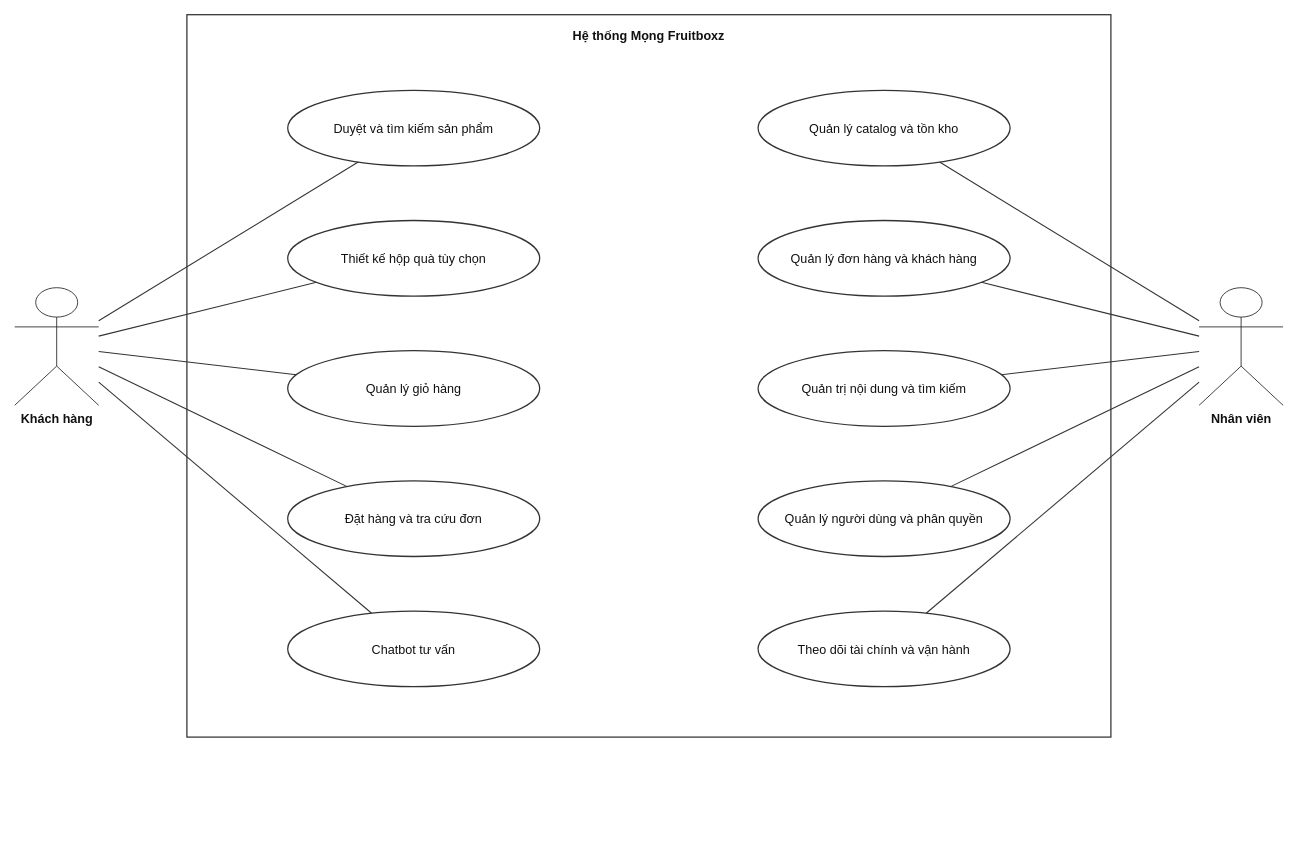
Before: page "use-case" (1 of 11) of docs/report/diagrams/mong-fruitboxz-all-diagrams.drawio in pathust/mong.fruitboxz, a draw.io diagram. Source tidied: cells renumbered, new cells numbered last; positions are measured from the earlier drawing's top-left corner, leaving out a move shared by most shapes. Both pictures are drawn from the tidied source at 84%, with x=0, y=0 at pixel (14, 14).
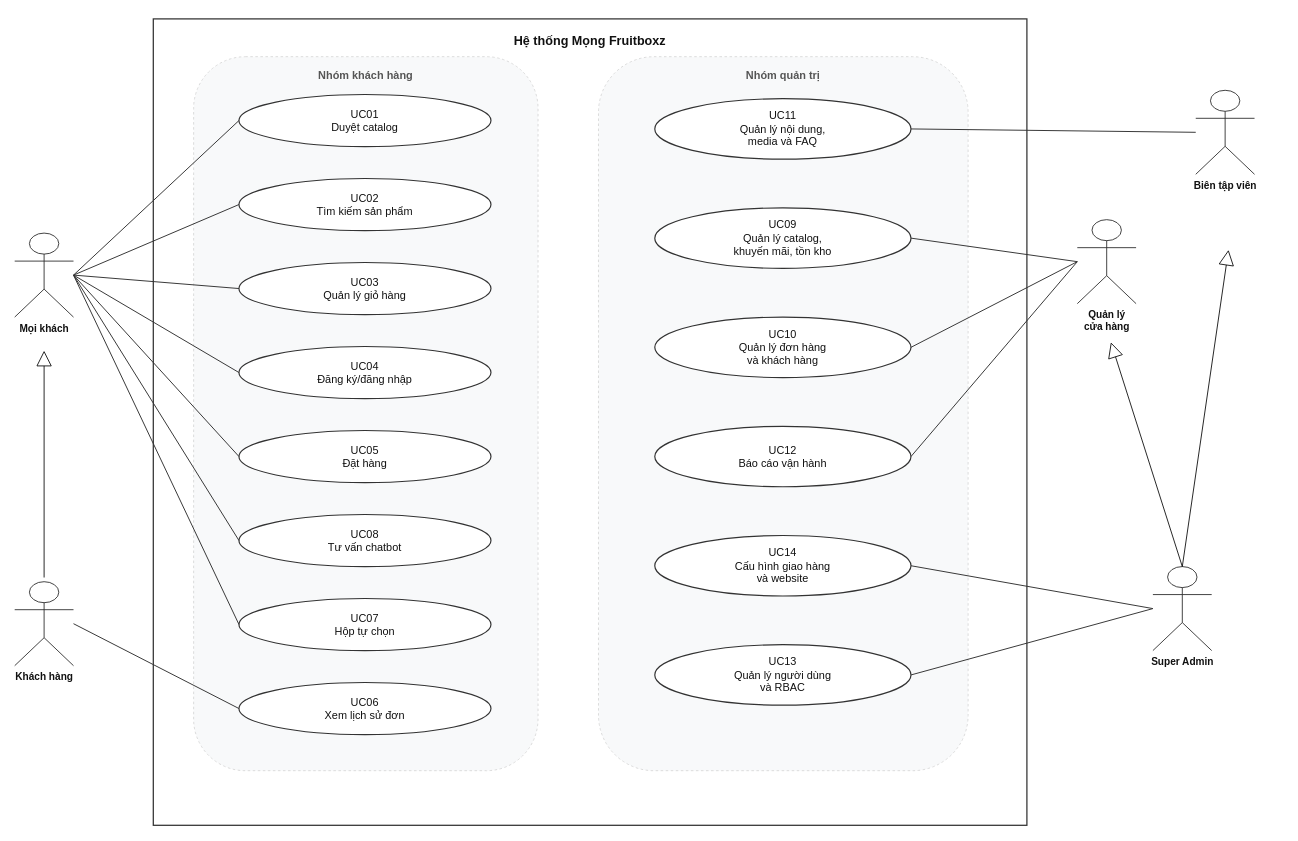
Above is the later version.

Diff of the diagram source:
```diff
@@
     <mxCell id="2" value="Hệ thống Mọng Fruitboxz" style="rounded=0;whiteSpace=wrap;html=1;verticalAlign=top;align=center;spacingTop=10;fillColor=#FFFFFF;strokeColor=#333333;strokeWidth=1.5;fontStyle=1;fontFamily=Arial;fontSize=15;fontColor=#111111;" parent="1" vertex="1">
-      <mxGeometry x="205" width="1100" height="860" as="geometry" />
+      <mxGeometry x="165" y="5" width="1040" height="960" as="geometry" />
     </mxCell>
+    <mxCell id="25" value="Nhóm khách hàng" style="rounded=1;whiteSpace=wrap;html=1;fillColor=#F8F9FA;strokeColor=#D6D6D6;dashed=1;fontFamily=Arial;fontSize=13;fontStyle=1;fontColor=#555555;verticalAlign=top;align=center;spacingTop=8;" parent="1" vertex="1">
+      <mxGeometry x="213" y="50" width="410" height="850" as="geometry" />
+    </mxCell>
+    <mxCell id="26" value="Nhóm quản trị" style="rounded=1;whiteSpace=wrap;html=1;fillColor=#F8F9FA;strokeColor=#D6D6D6;dashed=1;fontFamily=Arial;fontSize=13;fontStyle=1;fontColor=#555555;verticalAlign=top;align=center;spacingTop=8;" parent="1" vertex="1">
+      <mxGeometry x="695" y="50" width="440" height="850" as="geometry" />
+    </mxCell>
+    <mxCell id="27" value="Mọi khách" style="shape=umlActor;verticalLabelPosition=bottom;verticalAlign=top;html=1;strokeColor=#222222;fillColor=#FFFFFF;fontStyle=1;fontFamily=Arial;fontSize=12;fontColor=#111111;" parent="1" vertex="1">
+      <mxGeometry y="260" width="70" height="100" as="geometry" />
+    </mxCell>
-    <mxCell id="3" value="Khách hàng" style="shape=umlActor;verticalLabelPosition=bottom;verticalAlign=top;html=1;strokeColor=#222222;fillColor=#FFFFFF;fontStyle=1;fontFamily=Arial;fontSize=15;fontColor=#111111;" parent="1" vertex="1">
-      <mxGeometry y="325" width="100" height="140" as="geometry" />
+    <mxCell id="3" value="Khách hàng" style="shape=umlActor;verticalLabelPosition=bottom;verticalAlign=top;html=1;strokeColor=#222222;fillColor=#FFFFFF;fontStyle=1;fontFamily=Arial;fontSize=12;fontColor=#111111;" parent="1" vertex="1">
+      <mxGeometry y="675" width="70" height="100" as="geometry" />
     </mxCell>
-    <mxCell id="4" value="Nhân viên" style="shape=umlActor;verticalLabelPosition=bottom;verticalAlign=top;html=1;strokeColor=#222222;fillColor=#FFFFFF;fontStyle=1;fontFamily=Arial;fontSize=15;fontColor=#111111;" parent="1" vertex="1">
-      <mxGeometry x="1410" y="325" width="100" height="140" as="geometry" />
-    </mxCell>
+    <mxCell id="28" value="Biên tập viên" style="shape=umlActor;verticalLabelPosition=bottom;verticalAlign=top;html=1;strokeColor=#222222;fillColor=#FFFFFF;fontStyle=1;fontFamily=Arial;fontSize=12;fontColor=#111111;" parent="1" vertex="1">
+      <mxGeometry x="1406" y="90" width="70" height="100" as="geometry" />
+    </mxCell>
+    <mxCell id="29" value="Quản lý&#10;cửa hàng" style="shape=umlActor;verticalLabelPosition=bottom;verticalAlign=top;html=1;strokeColor=#222222;fillColor=#FFFFFF;fontStyle=1;fontFamily=Arial;fontSize=12;fontColor=#111111;" parent="1" vertex="1">
+      <mxGeometry x="1265" y="244" width="70" height="100" as="geometry" />
+    </mxCell>
+    <mxCell id="30" value="Super Admin" style="shape=umlActor;verticalLabelPosition=bottom;verticalAlign=top;html=1;strokeColor=#222222;fillColor=#FFFFFF;fontStyle=1;fontFamily=Arial;fontSize=12;fontColor=#111111;" parent="1" vertex="1">
+      <mxGeometry x="1355" y="657" width="70" height="100" as="geometry" />
+    </mxCell>
-    <mxCell id="5" value="Duyệt và tìm kiếm sản phẩm" style="ellipse;whiteSpace=wrap;html=1;fillColor=#FFFFFF;strokeColor=#333333;strokeWidth=1.5;fontFamily=Arial;fontSize=15;fontColor=#111111;" parent="1" vertex="1">
-      <mxGeometry x="325" y="90" width="300" height="90" as="geometry" />
+    <mxCell id="5" value="UC01&#10;Duyệt catalog" style="ellipse;whiteSpace=wrap;html=1;fillColor=#FFFFFF;strokeColor=#333333;strokeWidth=1.4;fontFamily=Arial;fontSize=13;fontColor=#111111;" parent="1" vertex="1">
+      <mxGeometry x="267" y="95" width="300" height="62" as="geometry" />
     </mxCell>
-    <mxCell id="6" value="Thiết kế hộp quà tùy chọn" style="ellipse;whiteSpace=wrap;html=1;fillColor=#FFFFFF;strokeColor=#333333;strokeWidth=1.5;fontFamily=Arial;fontSize=15;fontColor=#111111;" parent="1" vertex="1">
-      <mxGeometry x="325" y="245" width="300" height="90" as="geometry" />
+    <mxCell id="6" value="UC02&#10;Tìm kiếm sản phẩm" style="ellipse;whiteSpace=wrap;html=1;fillColor=#FFFFFF;strokeColor=#333333;strokeWidth=1.4;fontFamily=Arial;fontSize=13;fontColor=#111111;" parent="1" vertex="1">
+      <mxGeometry x="267" y="195" width="300" height="62" as="geometry" />
     </mxCell>
-    <mxCell id="7" value="Quản lý giỏ hàng" style="ellipse;whiteSpace=wrap;html=1;fillColor=#FFFFFF;strokeColor=#333333;strokeWidth=1.5;fontFamily=Arial;fontSize=15;fontColor=#111111;" parent="1" vertex="1">
-      <mxGeometry x="325" y="400" width="300" height="90" as="geometry" />
+    <mxCell id="7" value="UC03&#10;Quản lý giỏ hàng" style="ellipse;whiteSpace=wrap;html=1;fillColor=#FFFFFF;strokeColor=#333333;strokeWidth=1.4;fontFamily=Arial;fontSize=13;fontColor=#111111;" parent="1" vertex="1">
+      <mxGeometry x="267" y="295" width="300" height="62" as="geometry" />
     </mxCell>
-    <mxCell id="8" value="Đặt hàng và tra cứu đơn" style="ellipse;whiteSpace=wrap;html=1;fillColor=#FFFFFF;strokeColor=#333333;strokeWidth=1.5;fontFamily=Arial;fontSize=15;fontColor=#111111;" parent="1" vertex="1">
-      <mxGeometry x="325" y="555" width="300" height="90" as="geometry" />
+    <mxCell id="8" value="UC04&#10;Đăng ký/đăng nhập" style="ellipse;whiteSpace=wrap;html=1;fillColor=#FFFFFF;strokeColor=#333333;strokeWidth=1.4;fontFamily=Arial;fontSize=13;fontColor=#111111;" parent="1" vertex="1">
+      <mxGeometry x="267" y="395" width="300" height="62" as="geometry" />
     </mxCell>
-    <mxCell id="9" value="Chatbot tư vấn" style="ellipse;whiteSpace=wrap;html=1;fillColor=#FFFFFF;strokeColor=#333333;strokeWidth=1.5;fontFamily=Arial;fontSize=15;fontColor=#111111;" parent="1" vertex="1">
-      <mxGeometry x="325" y="710" width="300" height="90" as="geometry" />
+    <mxCell id="9" value="UC05&#10;Đặt hàng" style="ellipse;whiteSpace=wrap;html=1;fillColor=#FFFFFF;strokeColor=#333333;strokeWidth=1.4;fontFamily=Arial;fontSize=13;fontColor=#111111;" parent="1" vertex="1">
+      <mxGeometry x="267" y="495" width="300" height="62" as="geometry" />
     </mxCell>
-    <mxCell id="10" value="Quản lý catalog và tồn kho" style="ellipse;whiteSpace=wrap;html=1;fillColor=#FFFFFF;strokeColor=#333333;strokeWidth=1.5;fontFamily=Arial;fontSize=15;fontColor=#111111;" parent="1" vertex="1">
-      <mxGeometry x="885" y="90" width="300" height="90" as="geometry" />
+    <mxCell id="10" value="UC06&#10;Xem lịch sử đơn" style="ellipse;whiteSpace=wrap;html=1;fillColor=#FFFFFF;strokeColor=#333333;strokeWidth=1.4;fontFamily=Arial;fontSize=13;fontColor=#111111;" parent="1" vertex="1">
+      <mxGeometry x="267" y="795" width="300" height="62" as="geometry" />
     </mxCell>
-    <mxCell id="11" value="Quản lý đơn hàng và khách hàng" style="ellipse;whiteSpace=wrap;html=1;fillColor=#FFFFFF;strokeColor=#333333;strokeWidth=1.5;fontFamily=Arial;fontSize=15;fontColor=#111111;" parent="1" vertex="1">
-      <mxGeometry x="885" y="245" width="300" height="90" as="geometry" />
+    <mxCell id="11" value="UC07&#10;Hộp tự chọn" style="ellipse;whiteSpace=wrap;html=1;fillColor=#FFFFFF;strokeColor=#333333;strokeWidth=1.4;fontFamily=Arial;fontSize=13;fontColor=#111111;" parent="1" vertex="1">
+      <mxGeometry x="267" y="695" width="300" height="62" as="geometry" />
     </mxCell>
-    <mxCell id="12" value="Quản trị nội dung và tìm kiếm" style="ellipse;whiteSpace=wrap;html=1;fillColor=#FFFFFF;strokeColor=#333333;strokeWidth=1.5;fontFamily=Arial;fontSize=15;fontColor=#111111;" parent="1" vertex="1">
-      <mxGeometry x="885" y="400" width="300" height="90" as="geometry" />
+    <mxCell id="12" value="UC08&#10;Tư vấn chatbot" style="ellipse;whiteSpace=wrap;html=1;fillColor=#FFFFFF;strokeColor=#333333;strokeWidth=1.4;fontFamily=Arial;fontSize=13;fontColor=#111111;" parent="1" vertex="1">
+      <mxGeometry x="267" y="595" width="300" height="62" as="geometry" />
     </mxCell>
-    <mxCell id="13" value="Quản lý người dùng và phân quyền" style="ellipse;whiteSpace=wrap;html=1;fillColor=#FFFFFF;strokeColor=#333333;strokeWidth=1.5;fontFamily=Arial;fontSize=15;fontColor=#111111;" parent="1" vertex="1">
-      <mxGeometry x="885" y="555" width="300" height="90" as="geometry" />
+    <mxCell id="13" value="UC09&#10;Quản lý catalog,&#10;khuyến mãi, tồn kho" style="ellipse;whiteSpace=wrap;html=1;fillColor=#FFFFFF;strokeColor=#333333;strokeWidth=1.4;fontFamily=Arial;fontSize=13;fontColor=#111111;" parent="1" vertex="1">
+      <mxGeometry x="762" y="230" width="305" height="72" as="geometry" />
     </mxCell>
-    <mxCell id="14" value="Theo dõi tài chính và vận hành" style="ellipse;whiteSpace=wrap;html=1;fillColor=#FFFFFF;strokeColor=#333333;strokeWidth=1.5;fontFamily=Arial;fontSize=15;fontColor=#111111;" parent="1" vertex="1">
-      <mxGeometry x="885" y="710" width="300" height="90" as="geometry" />
+    <mxCell id="14" value="UC10&#10;Quản lý đơn hàng&#10;và khách hàng" style="ellipse;whiteSpace=wrap;html=1;fillColor=#FFFFFF;strokeColor=#333333;strokeWidth=1.4;fontFamily=Arial;fontSize=13;fontColor=#111111;" parent="1" vertex="1">
+      <mxGeometry x="762" y="360" width="305" height="72" as="geometry" />
     </mxCell>
+    <mxCell id="31" value="UC11&#10;Quản lý nội dung,&#10;media và FAQ" style="ellipse;whiteSpace=wrap;html=1;fillColor=#FFFFFF;strokeColor=#333333;strokeWidth=1.4;fontFamily=Arial;fontSize=13;fontColor=#111111;" parent="1" vertex="1">
+      <mxGeometry x="762" y="100" width="305" height="72" as="geometry" />
+    </mxCell>
+    <mxCell id="32" value="UC12&#10;Báo cáo vận hành" style="ellipse;whiteSpace=wrap;html=1;fillColor=#FFFFFF;strokeColor=#333333;strokeWidth=1.4;fontFamily=Arial;fontSize=13;fontColor=#111111;" parent="1" vertex="1">
+      <mxGeometry x="762" y="490" width="305" height="72" as="geometry" />
+    </mxCell>
+    <mxCell id="33" value="UC14&#10;Cấu hình giao hàng&#10;và website" style="ellipse;whiteSpace=wrap;html=1;fillColor=#FFFFFF;strokeColor=#333333;strokeWidth=1.4;fontFamily=Arial;fontSize=13;fontColor=#111111;" parent="1" vertex="1">
+      <mxGeometry x="762" y="620" width="305" height="72" as="geometry" />
+    </mxCell>
+    <mxCell id="34" value="UC13&#10;Quản lý người dùng&#10;và RBAC" style="ellipse;whiteSpace=wrap;html=1;fillColor=#FFFFFF;strokeColor=#333333;strokeWidth=1.4;fontFamily=Arial;fontSize=13;fontColor=#111111;" parent="1" vertex="1">
+      <mxGeometry x="762" y="750" width="305" height="72" as="geometry" />
+    </mxCell>
-    <mxCell id="15" style="edgeStyle=none;html=1;endArrow=none;strokeColor=#333333;strokeWidth=1.25;" parent="1" edge="1" source="3" target="5">
+    <mxCell id="15" style="edgeStyle=none;html=1;endArrow=none;strokeColor=#333333;strokeWidth=1.15;exitX=1;exitY=0.5;exitDx=0;exitDy=0;entryX=0;entryY=0.5;entryDx=0;entryDy=0;" parent="1" edge="1" source="27" target="5">
       <mxGeometry relative="1" as="geometry" />
     </mxCell>
-    <mxCell id="16" style="edgeStyle=none;html=1;endArrow=none;strokeColor=#333333;strokeWidth=1.25;" parent="1" edge="1" source="3" target="6">
+    <mxCell id="16" style="edgeStyle=none;html=1;endArrow=none;strokeColor=#333333;strokeWidth=1.15;exitX=1;exitY=0.5;exitDx=0;exitDy=0;entryX=0;entryY=0.5;entryDx=0;entryDy=0;" parent="1" edge="1" source="27" target="6">
       <mxGeometry relative="1" as="geometry" />
     </mxCell>
-    <mxCell id="17" style="edgeStyle=none;html=1;endArrow=none;strokeColor=#333333;strokeWidth=1.25;" parent="1" edge="1" source="3" target="7">
+    <mxCell id="17" style="edgeStyle=none;html=1;endArrow=none;strokeColor=#333333;strokeWidth=1.15;exitX=1;exitY=0.5;exitDx=0;exitDy=0;entryX=0;entryY=0.5;entryDx=0;entryDy=0;" parent="1" edge="1" source="27" target="7">
       <mxGeometry relative="1" as="geometry" />
     </mxCell>
-    <mxCell id="18" style="edgeStyle=none;html=1;endArrow=none;strokeColor=#333333;strokeWidth=1.25;" parent="1" edge="1" source="3" target="8">
+    <mxCell id="18" style="edgeStyle=none;html=1;endArrow=none;strokeColor=#333333;strokeWidth=1.15;exitX=1;exitY=0.5;exitDx=0;exitDy=0;entryX=0;entryY=0.5;entryDx=0;entryDy=0;" parent="1" edge="1" source="27" target="8">
       <mxGeometry relative="1" as="geometry" />
     </mxCell>
-    <mxCell id="19" style="edgeStyle=none;html=1;endArrow=none;strokeColor=#333333;strokeWidth=1.25;" parent="1" edge="1" source="3" target="9">
+    <mxCell id="19" style="edgeStyle=none;html=1;endArrow=none;strokeColor=#333333;strokeWidth=1.15;exitX=1;exitY=0.5;exitDx=0;exitDy=0;entryX=0;entryY=0.5;entryDx=0;entryDy=0;" parent="1" edge="1" source="27" target="9">
       <mxGeometry relative="1" as="geometry" />
     </mxCell>
-    <mxCell id="20" style="edgeStyle=none;html=1;endArrow=none;strokeColor=#333333;strokeWidth=1.25;" parent="1" edge="1" source="4" target="10">
-      <mxGeometry relative="1" as="geometry" />
-    </mxCell>
-    <mxCell id="21" style="edgeStyle=none;html=1;endArrow=none;strokeColor=#333333;strokeWidth=1.25;" parent="1" edge="1" source="4" target="11">
-      <mxGeometry relative="1" as="geometry" />
-    </mxCell>
-    <mxCell id="22" style="edgeStyle=none;html=1;endArrow=none;strokeColor=#333333;strokeWidth=1.25;" parent="1" edge="1" source="4" target="12">
-      <mxGeometry relative="1" as="geometry" />
-    </mxCell>
-    <mxCell id="23" style="edgeStyle=none;html=1;endArrow=none;strokeColor=#333333;strokeWidth=1.25;" parent="1" edge="1" source="4" target="13">
-      <mxGeometry relative="1" as="geometry" />
-    </mxCell>
-    <mxCell id="24" style="edgeStyle=none;html=1;endArrow=none;strokeColor=#333333;strokeWidth=1.25;" parent="1" edge="1" source="4" target="14">
-      <mxGeometry relative="1" as="geometry" />
-    </mxCell>
+    <mxCell id="35" style="edgeStyle=none;html=1;endArrow=none;strokeColor=#333333;strokeWidth=1.15;exitX=1;exitY=0.5;exitDx=0;exitDy=0;entryX=0;entryY=0.5;entryDx=0;entryDy=0;" parent="1" edge="1" source="27" target="11">
+      <mxGeometry relative="1" as="geometry" />
+    </mxCell>
+    <mxCell id="36" style="edgeStyle=none;html=1;endArrow=none;strokeColor=#333333;strokeWidth=1.15;exitX=1;exitY=0.5;exitDx=0;exitDy=0;entryX=0;entryY=0.5;entryDx=0;entryDy=0;" parent="1" edge="1" source="27" target="12">
+      <mxGeometry relative="1" as="geometry" />
+    </mxCell>
+    <mxCell id="37" style="edgeStyle=none;html=1;endArrow=none;strokeColor=#333333;strokeWidth=1.15;exitX=1;exitY=0.5;exitDx=0;exitDy=0;entryX=0;entryY=0.5;entryDx=0;entryDy=0;" parent="1" edge="1" source="3" target="10">
+      <mxGeometry relative="1" as="geometry" />
+    </mxCell>
+    <mxCell id="38" style="edgeStyle=none;html=1;endArrow=none;strokeColor=#333333;strokeWidth=1.15;exitX=0;exitY=0.5;exitDx=0;exitDy=0;entryX=1;entryY=0.5;entryDx=0;entryDy=0;" parent="1" edge="1" source="28" target="31">
+      <mxGeometry relative="1" as="geometry" />
+    </mxCell>
+    <mxCell id="39" style="edgeStyle=none;html=1;endArrow=none;strokeColor=#333333;strokeWidth=1.15;exitX=0;exitY=0.5;exitDx=0;exitDy=0;entryX=1;entryY=0.5;entryDx=0;entryDy=0;" parent="1" edge="1" source="29" target="13">
+      <mxGeometry relative="1" as="geometry" />
+    </mxCell>
+    <mxCell id="40" style="edgeStyle=none;html=1;endArrow=none;strokeColor=#333333;strokeWidth=1.15;exitX=0;exitY=0.5;exitDx=0;exitDy=0;entryX=1;entryY=0.5;entryDx=0;entryDy=0;" parent="1" edge="1" source="29" target="14">
+      <mxGeometry relative="1" as="geometry" />
+    </mxCell>
+    <mxCell id="41" style="edgeStyle=none;html=1;endArrow=none;strokeColor=#333333;strokeWidth=1.15;exitX=0;exitY=0.5;exitDx=0;exitDy=0;entryX=1;entryY=0.5;entryDx=0;entryDy=0;" parent="1" edge="1" source="29" target="32">
+      <mxGeometry relative="1" as="geometry" />
+    </mxCell>
+    <mxCell id="42" style="edgeStyle=none;html=1;endArrow=none;strokeColor=#333333;strokeWidth=1.15;exitX=0;exitY=0.5;exitDx=0;exitDy=0;entryX=1;entryY=0.5;entryDx=0;entryDy=0;" parent="1" edge="1" source="30" target="33">
+      <mxGeometry relative="1" as="geometry" />
+    </mxCell>
+    <mxCell id="43" style="edgeStyle=none;html=1;endArrow=none;strokeColor=#333333;strokeWidth=1.15;exitX=0;exitY=0.5;exitDx=0;exitDy=0;entryX=1;entryY=0.5;entryDx=0;entryDy=0;" parent="1" edge="1" source="30" target="34">
+      <mxGeometry relative="1" as="geometry" />
+    </mxCell>
+    <mxCell id="44" style="endArrow=block;endSize=16;endFill=0;html=1;rounded=0;exitX=0.5;exitY=0;exitDx=0;exitDy=0;exitPerimeter=0;" parent="1" edge="1" source="30">
+      <mxGeometry relative="1" as="geometry">
+        <mxPoint x="1445" y="280" as="targetPoint" />
+      </mxGeometry>
+    </mxCell>
+    <mxCell id="45" style="endArrow=block;endSize=16;endFill=0;html=1;rounded=0;exitX=0.5;exitY=0;exitDx=0;exitDy=0;exitPerimeter=0;" parent="1" edge="1" source="30">
+      <mxGeometry relative="1" as="geometry">
+        <mxPoint x="1305" y="390" as="targetPoint" />
+      </mxGeometry>
+    </mxCell>
+    <mxCell id="46" style="endArrow=block;endSize=16;endFill=0;html=1;rounded=0;" parent="1" edge="1">
+      <mxGeometry relative="1" as="geometry">
+        <mxPoint x="35" y="670" as="sourcePoint" />
+        <mxPoint x="35" y="400" as="targetPoint" />
+      </mxGeometry>
+    </mxCell>
```
